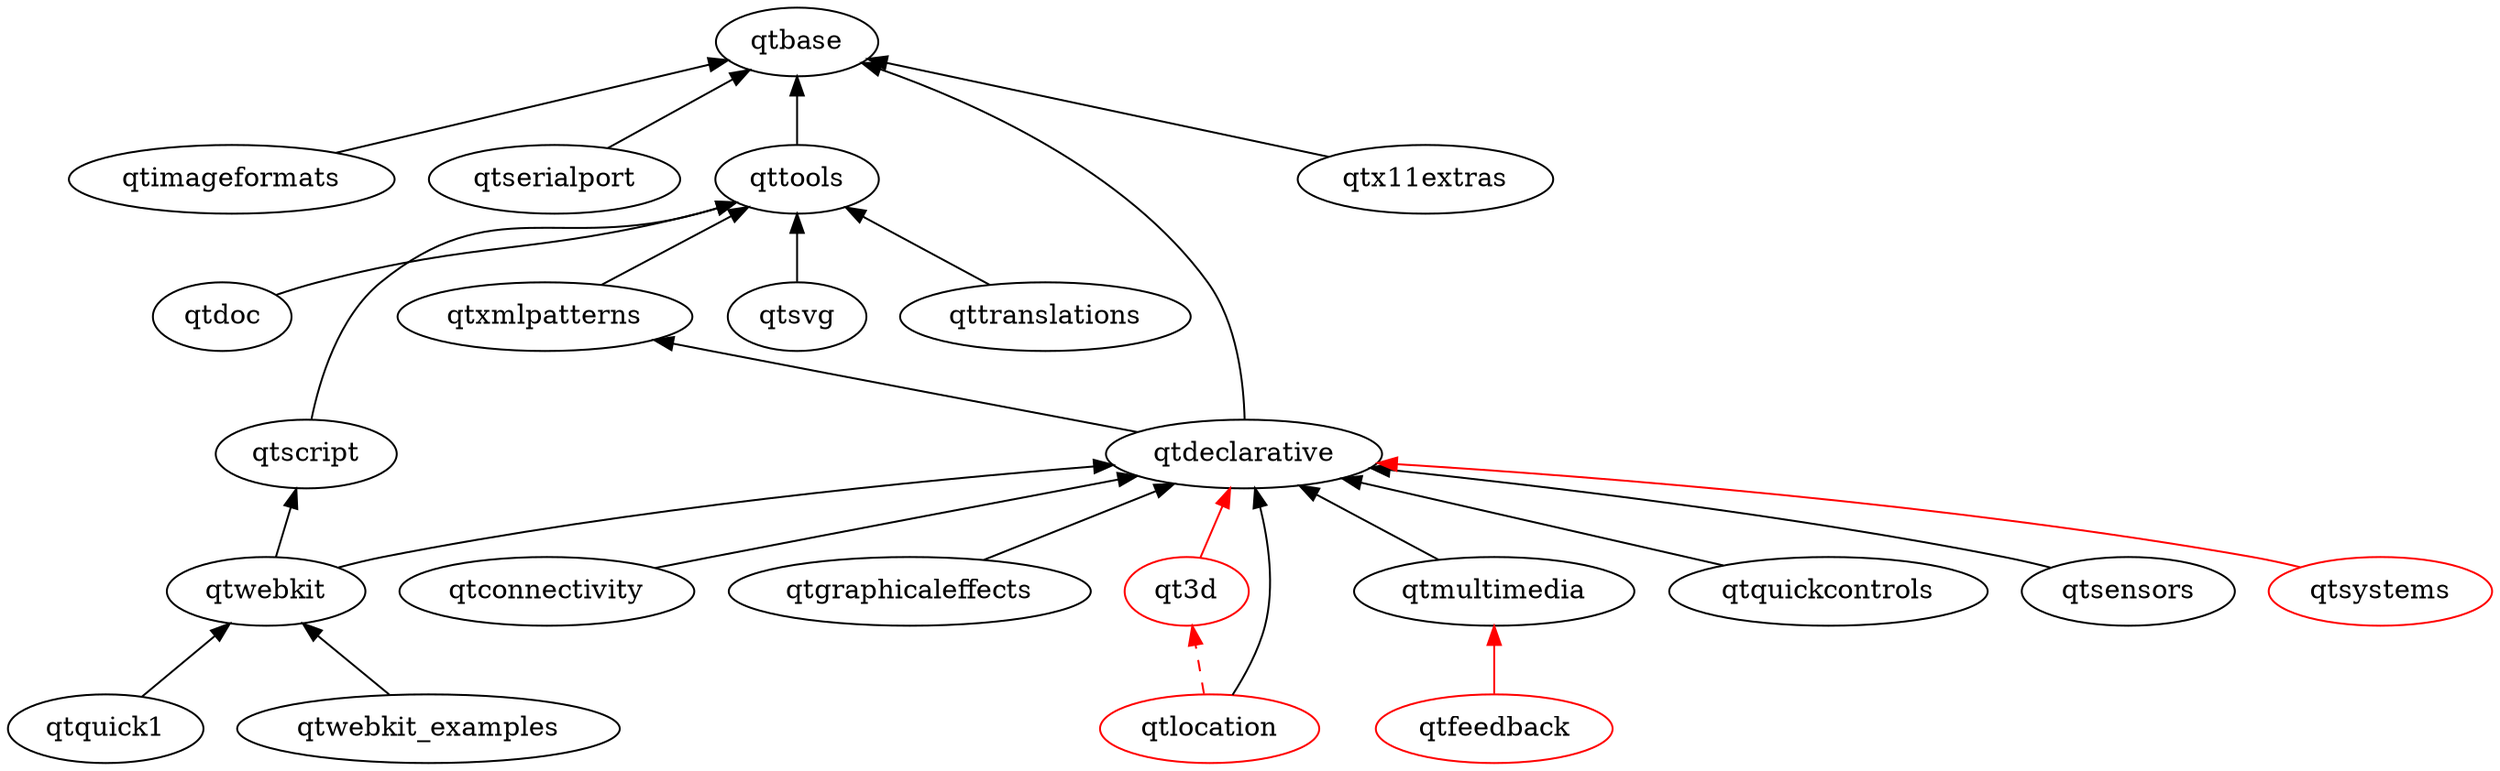
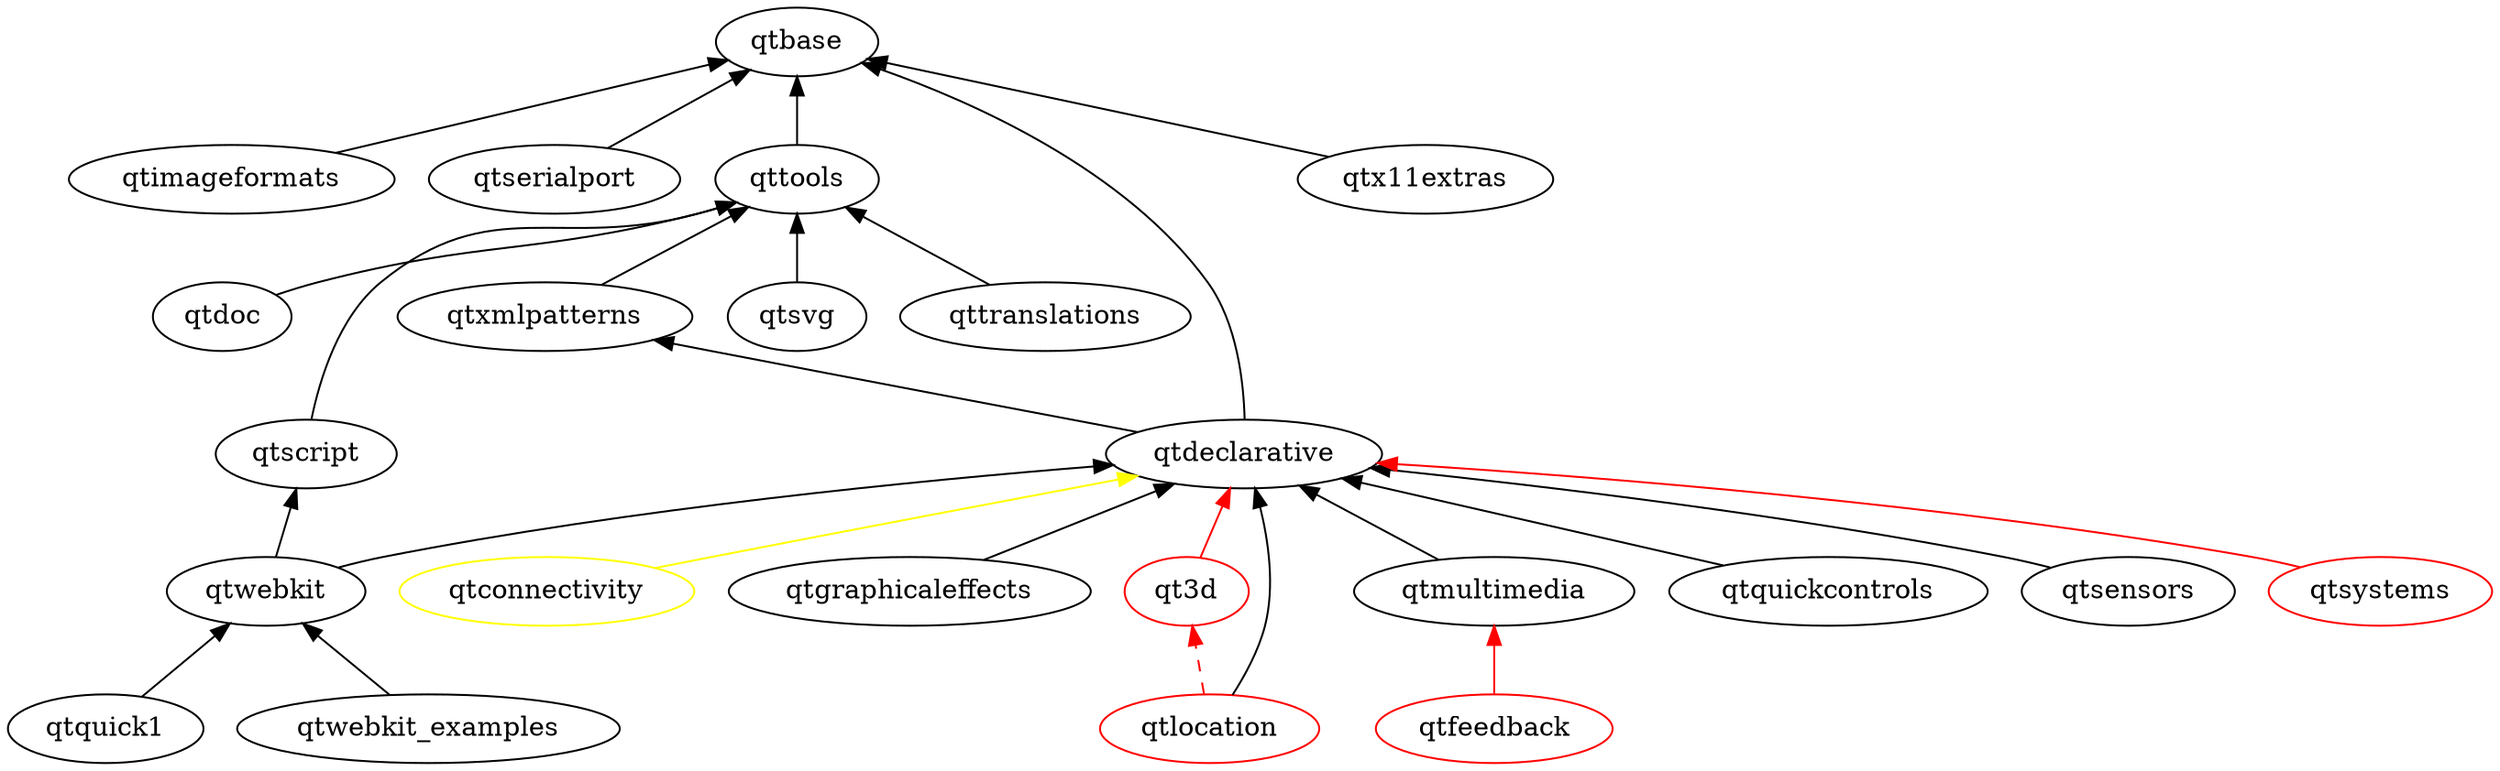
digraph qt5 {
  graph [
    rankdir = "BT"
  ]

  qt3d [ color = red ]
  qtbase
-   qtconnectivity
+   qtconnectivity [ color = yellow ]
  qtdeclarative
  qtdoc
  qtfeedback [ color = red ]
  qtgraphicaleffects
  qtimageformats
  qtlocation [color = red]
  qtmultimedia
  qtquick1
  qtquickcontrols
  qtscript
  qtsensors
  qtserialport
  qtsvg
  qtsystems [ color = red ]
  qttools
  qttranslations
  qtwebkit
  qtwebkit_examples
  qtx11extras
  qtxmlpatterns

-   qtconnectivity -> qtdeclarative
+   qtconnectivity -> qtdeclarative [ color = yellow ]
  qtdeclarative -> qtbase
  qtdeclarative -> qtxmlpatterns
  qtdoc -> qttools
  qtgraphicaleffects -> qtdeclarative
  qtimageformats -> qtbase
  qtmultimedia -> qtdeclarative
  qtquick1 -> qtwebkit
  qtquickcontrols -> qtdeclarative
  qtsensors -> qtdeclarative
  qtserialport -> qtbase
  qtscript -> qttools
  qtsvg -> qttools
  qttools -> qtbase
  qttranslations -> qttools
  qtwebkit -> qtdeclarative
  qtwebkit -> qtscript
  qtwebkit_examples -> qtwebkit
  qtx11extras -> qtbase
  qtxmlpatterns -> qttools

  // unsure/not-uploaded
  qt3d -> qtdeclarative [ color = red ]
  qtfeedback -> qtmultimedia [ color = red ]
  qtlocation -> qt3d [color = red style = dashed]
  qtlocation -> qtdeclarative
  qtsystems -> qtdeclarative [ color = red ]
}
